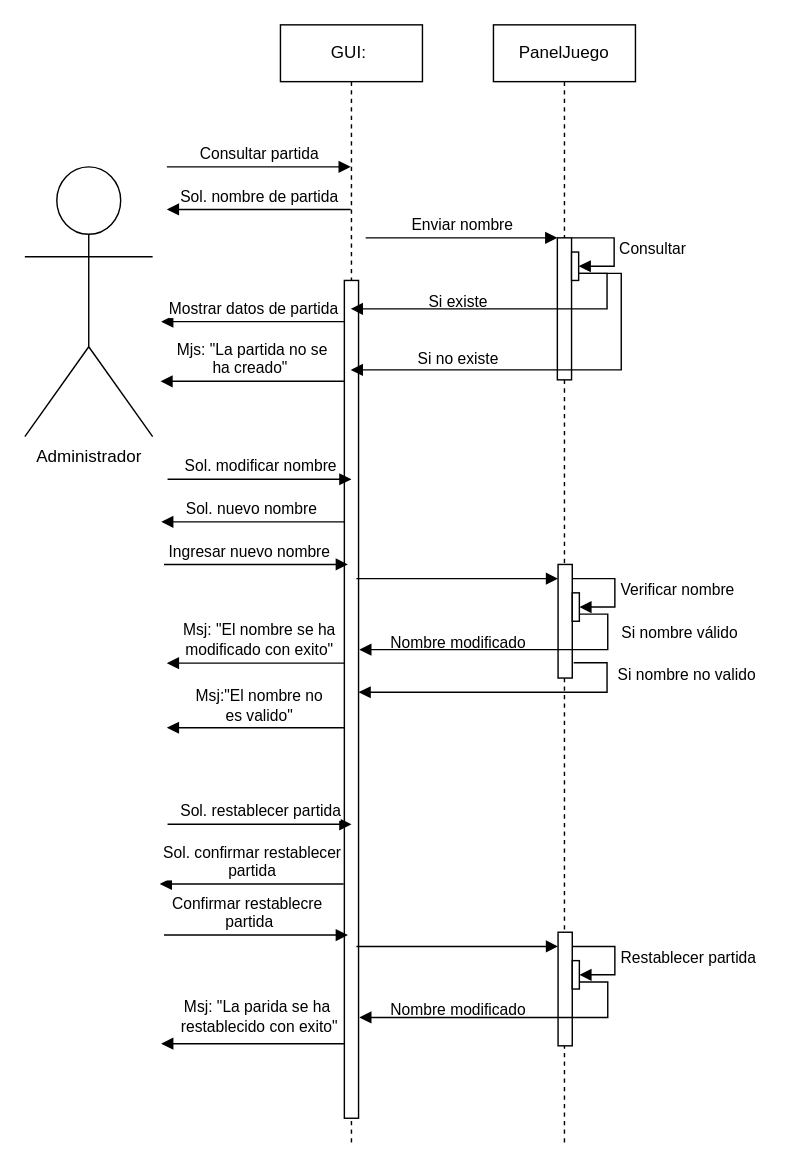
This is page "Modificar Partida - Secuencia" (4 of 7) of UML/UML.drawio from Carlos19men/EcoCrossing, a draw.io file, before an edit. Source tidied: cells renumbered, new cells numbered last; positions are measured from the earlier drawing's top-left corner, leaving out a move shared by most shapes. Both pictures are drawn from the tidied source at 142%, with x=0, y=0 at pixel (24, 24).
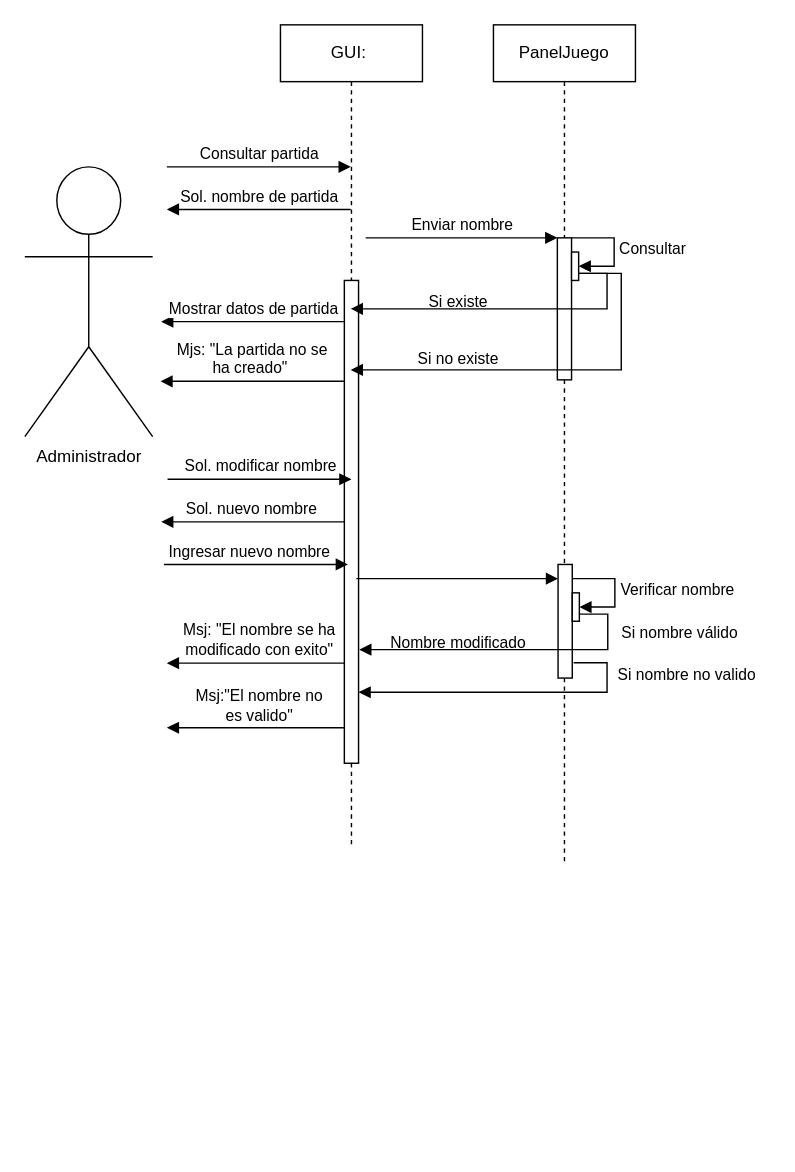
Above is the later version.

What changed in the source:
```diff
@@
     <mxCell id="4" value="PanelJuego" style="shape=umlLifeline;perimeter=lifelinePerimeter;whiteSpace=wrap;html=1;" parent="1" vertex="1">
-      <mxGeometry x="330" width="100" height="790" as="geometry" />
+      <mxGeometry x="330" width="100" height="590" as="geometry" />
     </mxCell>
@@
     <mxCell id="9" value="GUI:&amp;nbsp;" style="shape=umlLifeline;perimeter=lifelinePerimeter;whiteSpace=wrap;html=1;outlineConnect=0;" parent="1" vertex="1">
-      <mxGeometry x="180" width="100" height="790" as="geometry" />
+      <mxGeometry x="180" width="100" height="580" as="geometry" />
     </mxCell>
@@
     <mxCell id="11" style="html=1;points=[];perimeter=orthogonalPerimeter;" parent="9" vertex="1">
-      <mxGeometry x="45" y="180" width="10" height="590" as="geometry" />
+      <mxGeometry x="45" y="180" width="10" height="340" as="geometry" />
     </mxCell>
@@
-    <mxCell id="34" style="html=1;verticalAlign=bottom;endArrow=block;rounded=0;" parent="1" edge="1">
-      <mxGeometry relative="1" as="geometry">
-        <mxPoint x="225.5" y="717.5" as="sourcePoint" />
-        <mxPoint x="96" y="717.5" as="targetPoint" />
-      </mxGeometry>
-    </mxCell>
-    <mxCell id="35" style="html=1;points=[];perimeter=orthogonalPerimeter;" parent="1" vertex="1">
-      <mxGeometry x="375.5" y="639" width="10" height="80" as="geometry" />
-    </mxCell>
-    <mxCell id="36" value="Restablecer partida" style="edgeStyle=orthogonalEdgeStyle;html=1;align=left;spacingLeft=2;endArrow=block;rounded=0;entryX=1;entryY=0;" parent="1" edge="1">
-      <mxGeometry relative="1" as="geometry">
-        <mxPoint x="385.5" y="649" as="sourcePoint" />
-        <mxPoint x="390.5" y="669" as="targetPoint" />
-        <Array as="points">
-          <mxPoint x="415.5" y="649" />
-        </Array>
-      </mxGeometry>
-    </mxCell>
-    <mxCell id="37" style="rounded=0;whiteSpace=wrap;html=1;" parent="1" vertex="1">
-      <mxGeometry x="385.5" y="659" width="5" height="20" as="geometry" />
-    </mxCell>
-    <mxCell id="38" style="edgeStyle=orthogonalEdgeStyle;html=1;align=left;spacingLeft=2;endArrow=block;rounded=0;exitX=1;exitY=0.75;exitDx=0;exitDy=0;" parent="1" edge="1">
-      <mxGeometry relative="1" as="geometry">
-        <mxPoint x="390.5" y="674" as="sourcePoint" />
-        <mxPoint x="235.5" y="699" as="targetPoint" />
-        <Array as="points">
-          <mxPoint x="410.5" y="674" />
-          <mxPoint x="410.5" y="699" />
-        </Array>
-      </mxGeometry>
-    </mxCell>
-    <mxCell id="39" value="Sol. confirmar restablecer&lt;br&gt;partida" style="html=1;verticalAlign=bottom;endArrow=block;rounded=0;" parent="1" edge="1">
-      <mxGeometry relative="1" as="geometry">
-        <mxPoint x="224.5" y="605" as="sourcePoint" />
-        <mxPoint x="95" y="605" as="targetPoint" />
-      </mxGeometry>
-    </mxCell>
-    <mxCell id="40" value="Confirmar restablecre&amp;nbsp;&lt;br&gt;partida" style="html=1;verticalAlign=bottom;endArrow=block;rounded=0;" parent="1" edge="1">
-      <mxGeometry x="-0.07" relative="1" as="geometry">
-        <mxPoint x="98" y="641" as="sourcePoint" />
-        <mxPoint x="227.5" y="641" as="targetPoint" />
-      </mxGeometry>
-    </mxCell>
-    <mxCell id="41" value="Sol. restablecer partida" style="html=1;verticalAlign=bottom;endArrow=block;rounded=0;" parent="1" edge="1">
-      <mxGeometry relative="1" as="geometry">
-        <mxPoint x="100.5" y="563" as="sourcePoint" />
-        <mxPoint x="230" y="563" as="targetPoint" />
-      </mxGeometry>
-    </mxCell>
-    <mxCell id="42" style="html=1;verticalAlign=bottom;endArrow=block;rounded=0;" parent="1" edge="1" target="35">
-      <mxGeometry x="-0.07" relative="1" as="geometry">
-        <mxPoint x="233.5" y="649" as="sourcePoint" />
-      </mxGeometry>
-    </mxCell>
-    <mxCell id="43" value="Nombre modificado" style="text;html=1;align=center;verticalAlign=middle;strokeColor=none;fillColor=none;fontSize=11;" parent="1" vertex="1">
-      <mxGeometry x="245" y="679" width="120" height="30" as="geometry" />
-    </mxCell>
-    <mxCell id="44" value="Msj: &quot;La parida se ha&amp;nbsp;&lt;br&gt;restablecido con exito&quot;" style="text;html=1;align=center;verticalAlign=middle;strokeColor=none;fillColor=none;fontSize=11;" parent="1" vertex="1">
-      <mxGeometry x="100" y="679" width="130" height="40" as="geometry" />
-    </mxCell>
```
